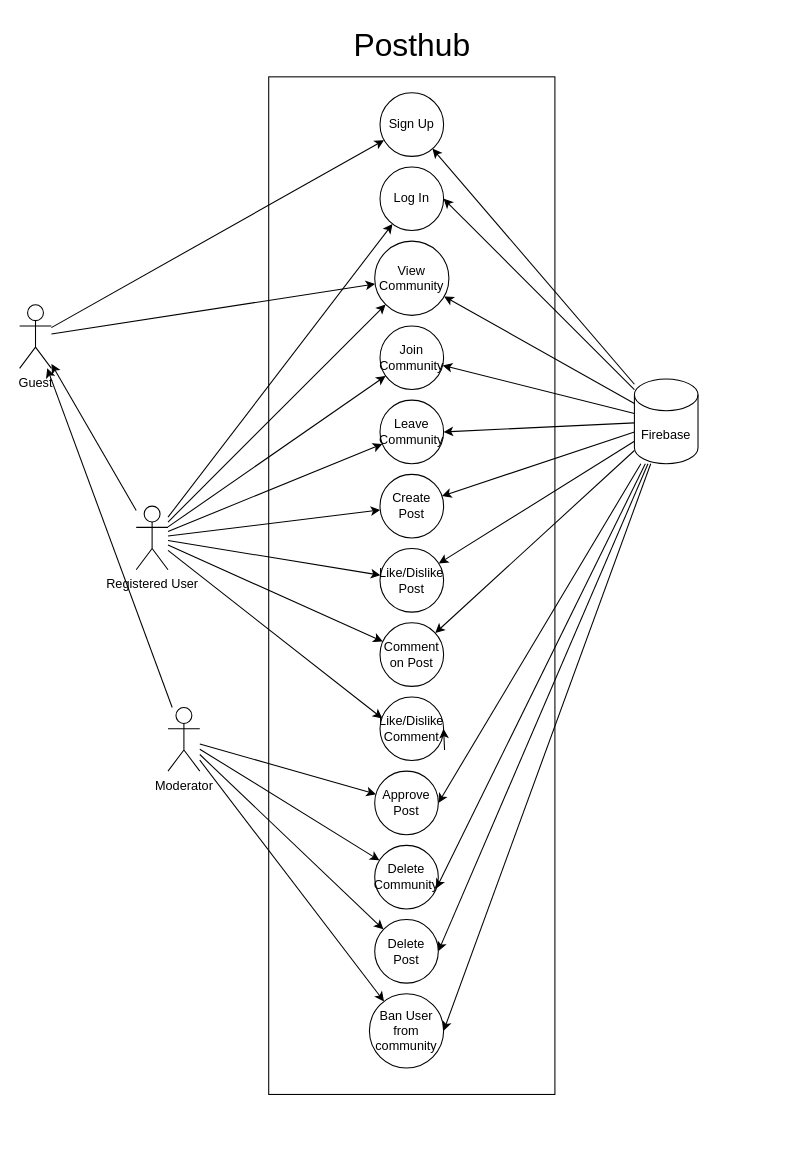
Above: Untitled Diagram.drawio in Howl404/posthub (draw.io), before the change. Source tidied: cells renumbered, new cells numbered last; positions are measured from the earlier drawing's top-left corner, leaving out a move shared by most shapes. Both pictures are drawn from the tidied source at 106%, with x=0, y=0 at pixel (-98, 18).
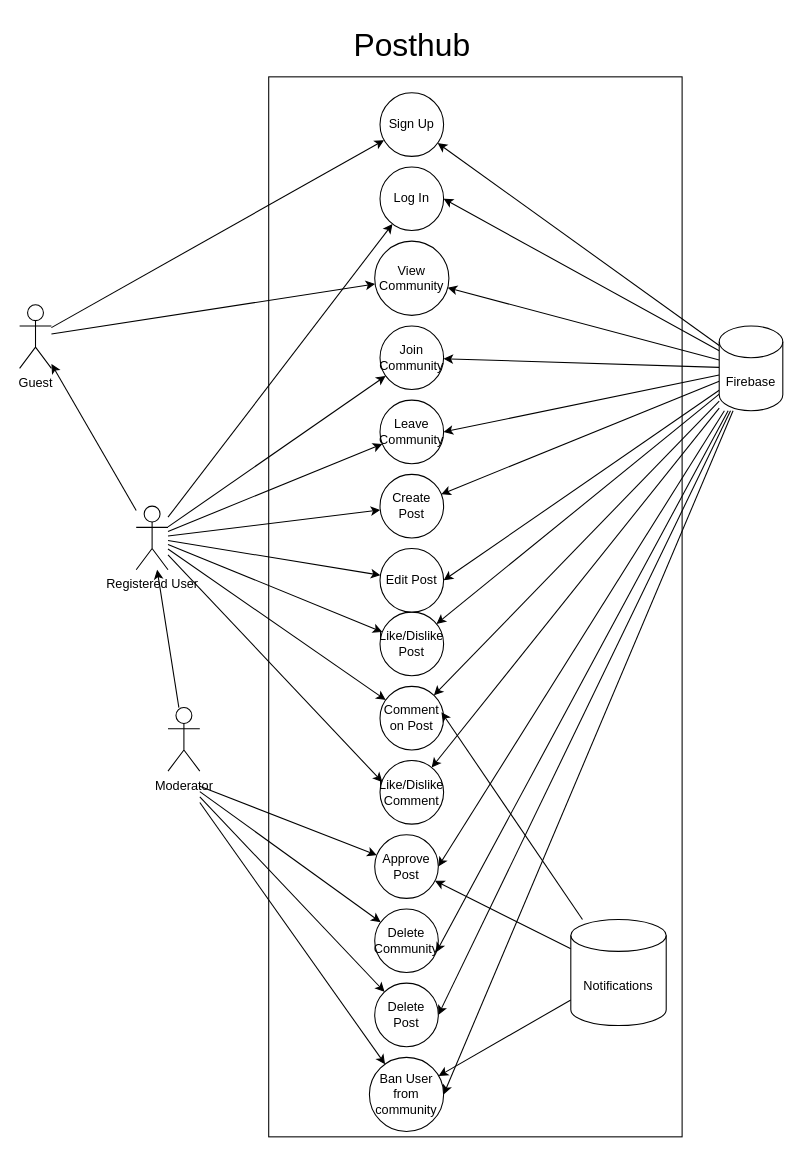
After the change.

The change refers to these unchanged cells:
```xml
<mxCell id="8" value="Moderator" style="shape=umlActor;verticalLabelPosition=bottom;verticalAlign=top;html=1;outlineConnect=0;" parent="1" vertex="1">
  <mxGeometry x="250" y="650" width="30" height="60" as="geometry" />
</mxCell>
<mxCell id="11" value="View Community" style="ellipse;whiteSpace=wrap;html=1;" parent="1" vertex="1">
  <mxGeometry x="445" y="210" width="70" height="70" as="geometry" />
</mxCell>
<mxCell id="24" value="Guest" style="shape=umlActor;verticalLabelPosition=bottom;verticalAlign=top;html=1;outlineConnect=0;" parent="1" vertex="1">
  <mxGeometry x="110" y="270" width="30" height="60" as="geometry" />
</mxCell>
<mxCell id="33" value="Registered User" style="shape=umlActor;verticalLabelPosition=bottom;verticalAlign=top;html=1;outlineConnect=0;" parent="1" vertex="1">
  <mxGeometry x="220" y="460" width="30" height="60" as="geometry" />
</mxCell>
```

Change to the diagram source:
```diff
@@
     <mxCell id="2" style="rounded=0;whiteSpace=wrap;html=1;rotation=90;" parent="1" vertex="1">
-      <mxGeometry y="400" width="960" height="270" as="geometry" />
+      <mxGeometry x="40" y="360" width="1000" height="390" as="geometry" />
     </mxCell>
-    <mxCell id="3" style="edgeStyle=none;rounded=0;jettySize=auto;html=1;" parent="1" edge="1" source="8" target="24">
+    <mxCell id="3" style="edgeStyle=none;rounded=0;jettySize=auto;html=1;" parent="1" edge="1" source="8" target="33">
       <mxGeometry relative="1" as="geometry" />
     </mxCell>
-    <mxCell id="4" style="edgeStyle=none;rounded=0;jettySize=auto;html=1;" parent="1" edge="1" source="8" target="20">
-      <mxGeometry relative="1" as="geometry" />
+    <mxCell id="4" style="edgeStyle=none;rounded=0;jettySize=auto;html=1;" parent="1" edge="1" target="20">
+      <mxGeometry relative="1" as="geometry">
+        <mxPoint x="280" y="724.3" as="sourcePoint" />
+      </mxGeometry>
     </mxCell>
-    <mxCell id="5" style="edgeStyle=none;rounded=0;jettySize=auto;html=1;" parent="1" edge="1" source="8" target="19">
-      <mxGeometry relative="1" as="geometry" />
+    <mxCell id="5" style="edgeStyle=none;rounded=0;jettySize=auto;html=1;" parent="1" edge="1" target="19">
+      <mxGeometry relative="1" as="geometry">
+        <mxPoint x="280" y="729.3" as="sourcePoint" />
+      </mxGeometry>
     </mxCell>
-    <mxCell id="6" style="edgeStyle=none;rounded=0;jettySize=auto;html=1;" parent="1" edge="1" source="8" target="18">
-      <mxGeometry relative="1" as="geometry" />
+    <mxCell id="6" style="edgeStyle=none;rounded=0;jettySize=auto;html=1;" parent="1" edge="1" target="18">
+      <mxGeometry relative="1" as="geometry">
+        <mxPoint x="280" y="734.3" as="sourcePoint" />
+      </mxGeometry>
     </mxCell>
-    <mxCell id="7" style="edgeStyle=none;rounded=0;jettySize=auto;html=1;" parent="1" edge="1" source="8" target="21">
-      <mxGeometry relative="1" as="geometry" />
+    <mxCell id="7" style="edgeStyle=none;rounded=0;jettySize=auto;html=1;" parent="1" edge="1" target="21">
+      <mxGeometry relative="1" as="geometry">
+        <mxPoint x="280" y="739.6" as="sourcePoint" />
+      </mxGeometry>
     </mxCell>
@@
     <mxCell id="13" value="Comment on Post" style="ellipse;whiteSpace=wrap;html=1;" parent="1" vertex="1">
-      <mxGeometry x="450" y="570" width="60" height="60" as="geometry" />
+      <mxGeometry x="450" y="630" width="60" height="60" as="geometry" />
     </mxCell>
     <mxCell id="14" value="Like/Dislike Post" style="ellipse;whiteSpace=wrap;html=1;" parent="1" vertex="1">
-      <mxGeometry x="450" y="500" width="60" height="60" as="geometry" />
+      <mxGeometry x="450" y="560" width="60" height="60" as="geometry" />
     </mxCell>
     <mxCell id="15" value="Like/Dislike Comment" style="ellipse;whiteSpace=wrap;html=1;" parent="1" vertex="1">
-      <mxGeometry x="450" y="640" width="60" height="60" as="geometry" />
+      <mxGeometry x="450" y="700" width="60" height="60" as="geometry" />
     </mxCell>
@@
     <mxCell id="18" value="Delete Post" style="ellipse;whiteSpace=wrap;html=1;" parent="1" vertex="1">
-      <mxGeometry x="445" y="850" width="60" height="60" as="geometry" />
+      <mxGeometry x="445" y="910" width="60" height="60" as="geometry" />
     </mxCell>
     <mxCell id="19" value="Delete Community" style="ellipse;whiteSpace=wrap;html=1;" parent="1" vertex="1">
-      <mxGeometry x="445" y="780" width="60" height="60" as="geometry" />
+      <mxGeometry x="445" y="840" width="60" height="60" as="geometry" />
     </mxCell>
     <mxCell id="20" value="Approve Post" style="ellipse;whiteSpace=wrap;html=1;" parent="1" vertex="1">
-      <mxGeometry x="445" y="710" width="60" height="60" as="geometry" />
+      <mxGeometry x="445" y="770" width="60" height="60" as="geometry" />
     </mxCell>
     <mxCell id="21" value="Ban User from community" style="ellipse;whiteSpace=wrap;html=1;" parent="1" vertex="1">
-      <mxGeometry x="440" y="920" width="70" height="70" as="geometry" />
+      <mxGeometry x="440" y="980" width="70" height="70" as="geometry" />
     </mxCell>
@@
-    <mxCell id="27" style="edgeStyle=none;rounded=0;jettySize=auto;html=1;" parent="1" edge="1" source="33" target="11">
-      <mxGeometry relative="1" as="geometry" />
-    </mxCell>
@@
+    <mxCell id="50" style="edgeStyle=none;rounded=0;jettySize=auto;html=1;" parent="1" edge="1" source="33" target="53">
+      <mxGeometry relative="1" as="geometry" />
+    </mxCell>
@@
-    <mxCell id="42" style="edgeStyle=none;rounded=0;jettySize=auto;html=1;entryX=1;entryY=0.5;entryDx=0;entryDy=0;" parent="1" edge="1" target="15">
-      <mxGeometry relative="1" as="geometry">
-        <mxPoint x="510.9" y="690" as="sourcePoint" />
-      </mxGeometry>
-    </mxCell>
@@
+    <mxCell id="51" style="edgeStyle=none;rounded=0;jettySize=auto;html=1;" parent="1" edge="1" source="47" target="15">
+      <mxGeometry relative="1" as="geometry" />
+    </mxCell>
+    <mxCell id="52" style="edgeStyle=none;rounded=0;jettySize=auto;html=1;entryX=1;entryY=0.5;entryDx=0;entryDy=0;" parent="1" edge="1" source="47" target="53">
+      <mxGeometry relative="1" as="geometry" />
+    </mxCell>
     <mxCell id="47" value="Firebase" style="shape=cylinder3;whiteSpace=wrap;html=1;boundedLbl=1;backgroundOutline=1;size=15;" parent="1" vertex="1">
-      <mxGeometry x="690" y="340" width="60" height="80" as="geometry" />
+      <mxGeometry x="770" y="290" width="60" height="80" as="geometry" />
     </mxCell>
@@
+    <mxCell id="53" value="Edit Post" style="ellipse;whiteSpace=wrap;html=1;" parent="1" vertex="1">
+      <mxGeometry x="450" y="500" width="60" height="60" as="geometry" />
+    </mxCell>
+    <mxCell id="54" style="edgeStyle=none;rounded=0;jettySize=auto;html=1;" parent="1" edge="1" source="56" target="21">
+      <mxGeometry relative="1" as="geometry" />
+    </mxCell>
+    <mxCell id="55" style="edgeStyle=none;rounded=0;jettySize=auto;html=1;" parent="1" edge="1" source="56" target="20">
+      <mxGeometry relative="1" as="geometry" />
+    </mxCell>
+    <mxCell id="56" value="Notifications" style="shape=cylinder3;whiteSpace=wrap;html=1;boundedLbl=1;backgroundOutline=1;size=15;" parent="1" vertex="1">
+      <mxGeometry x="630" y="850" width="90" height="100" as="geometry" />
+    </mxCell>
+    <mxCell id="57" style="edgeStyle=none;rounded=0;jettySize=auto;html=1;entryX=0.966;entryY=0.406;entryDx=0;entryDy=0;entryPerimeter=0;" parent="1" edge="1" source="56" target="13">
+      <mxGeometry relative="1" as="geometry" />
+    </mxCell>
```
